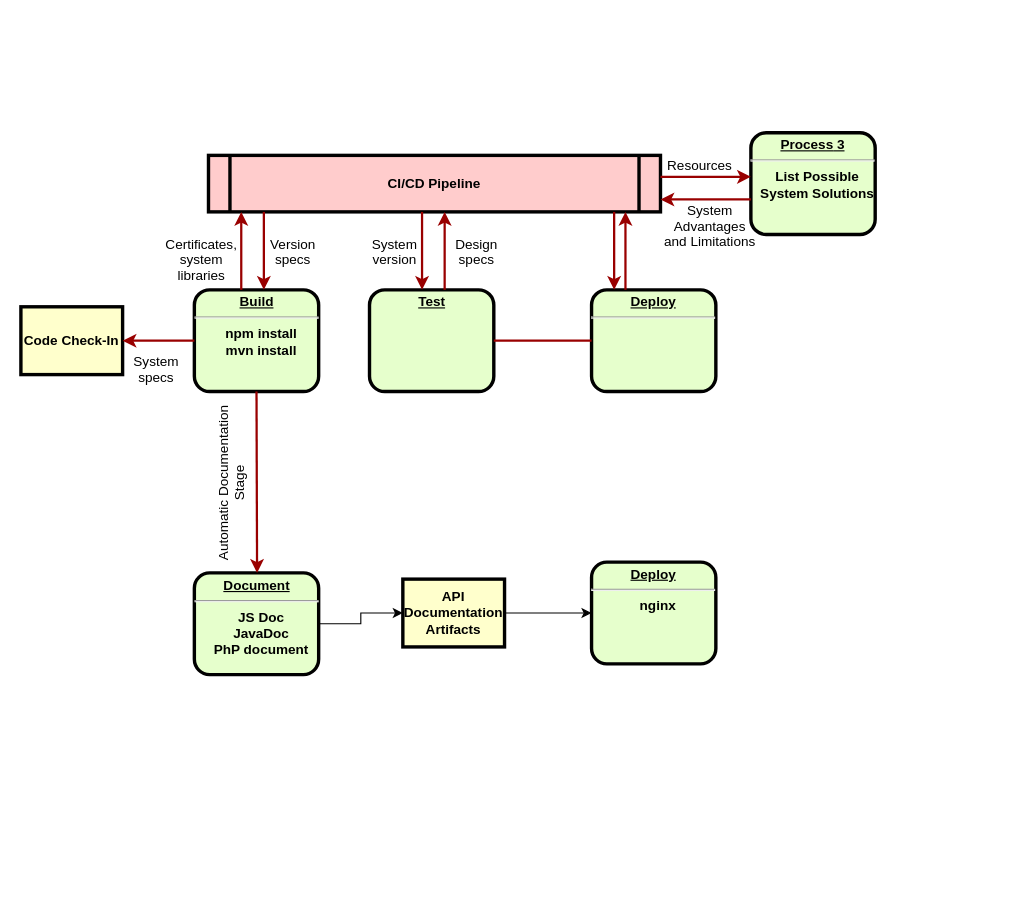
Before: documentation.drawio in tobymoreno/mtls-proxy, a draw.io diagram. Source tidied: cells renumbered, new cells numbered last; positions are measured from the earlier drawing's top-left corner, leaving out a move shared by most shapes. Both pictures are drawn from the tidied source at 113%, with x=0, y=0 at pixel (20, 132).
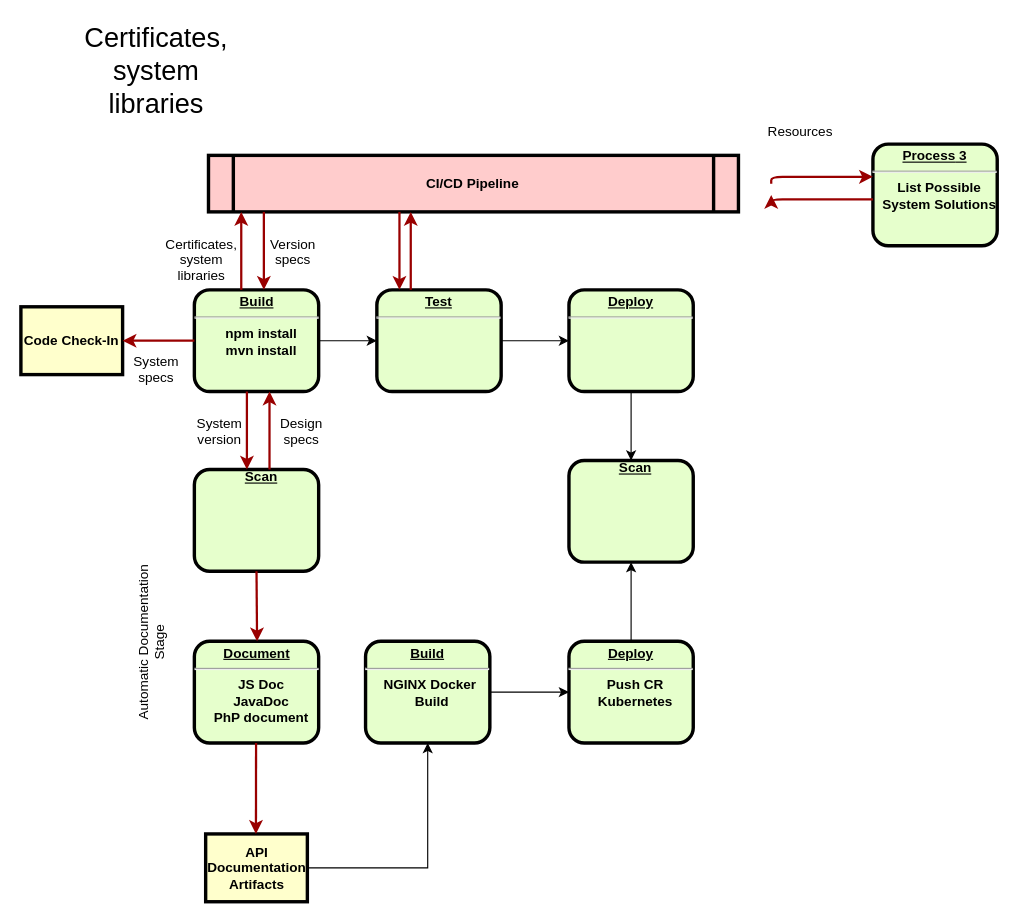
The same diagram, later.

Unchanged cells that the change refers to:
```xml
<mxCell id="5" value="&lt;p style=&quot;margin: 0px; margin-top: 4px; text-align: center; text-decoration: underline;&quot;&gt;&lt;strong&gt;Build&lt;br&gt;&lt;/strong&gt;&lt;/p&gt;&lt;hr&gt;&lt;p style=&quot;margin: 0px; margin-left: 8px;&quot;&gt;npm install&lt;/p&gt;&lt;p style=&quot;margin: 0px; margin-left: 8px;&quot;&gt;mvn install&lt;/p&gt;" style="verticalAlign=middle;align=center;overflow=fill;fontSize=12;fontFamily=Helvetica;html=1;rounded=1;fontStyle=1;strokeWidth=3;fillColor=#E6FFCC;" parent="1" vertex="1">
  <mxGeometry x="153.5" y="139" width="110" height="90" as="geometry" />
</mxCell>
```

What changed in the source:
```diff
@@
     <mxCell id="2" value="CI/CD Pipeline" style="shape=process;whiteSpace=wrap;align=center;verticalAlign=middle;size=0.0475;fontStyle=1;strokeWidth=3;fillColor=#FFCCCC;" parent="1" vertex="1">
-      <mxGeometry x="166" y="20" width="400" height="50" as="geometry" />
+      <mxGeometry x="166" y="20" width="469" height="50" as="geometry" />
     </mxCell>
     <mxCell id="3" value="&lt;p style=&quot;margin: 0px; margin-top: 4px; text-align: center; text-decoration: underline;&quot;&gt;&lt;strong&gt;&lt;strong&gt;Process&lt;/strong&gt; 3&lt;br /&gt;&lt;/strong&gt;&lt;/p&gt;&lt;hr /&gt;&lt;p style=&quot;margin: 0px; margin-left: 8px;&quot;&gt;List Possible&lt;/p&gt;&lt;p style=&quot;margin: 0px; margin-left: 8px;&quot;&gt;System Solutions&lt;/p&gt;" style="verticalAlign=middle;align=center;overflow=fill;fontSize=12;fontFamily=Helvetica;html=1;rounded=1;fontStyle=1;strokeWidth=3;fillColor=#E6FFCC;" parent="1" vertex="1">
-      <mxGeometry x="646" width="110" height="90" as="geometry" />
+      <mxGeometry x="754" y="10" width="110" height="90" as="geometry" />
     </mxCell>
+    <mxCell id="32" style="edgeStyle=orthogonalEdgeStyle;rounded=0;jettySize=auto;html=1;fontSize=24;" parent="1" edge="1" source="4" target="39">
+      <mxGeometry relative="1" as="geometry" />
+    </mxCell>
-    <mxCell id="4" value="&lt;p style=&quot;margin: 0px; margin-top: 4px; text-align: center; text-decoration: underline;&quot;&gt;&lt;strong&gt;Deploy&lt;/strong&gt;&lt;/p&gt;&lt;hr&gt;&lt;p style=&quot;margin: 0px; margin-left: 8px;&quot;&gt;&lt;br&gt;&lt;/p&gt;" style="verticalAlign=middle;align=center;overflow=fill;fontSize=12;fontFamily=Helvetica;html=1;rounded=1;fontStyle=1;strokeWidth=3;fillColor=#E6FFCC;" parent="1" vertex="1">
-      <mxGeometry x="505" y="139" width="110" height="90" as="geometry" />
+    <mxCell id="4" value="&lt;p style=&quot;margin: 0px; margin-top: 4px; text-align: center; text-decoration: underline;&quot;&gt;&lt;strong&gt;Test&lt;/strong&gt;&lt;/p&gt;&lt;hr&gt;&lt;p style=&quot;margin: 0px; margin-left: 8px;&quot;&gt;&lt;br&gt;&lt;/p&gt;" style="verticalAlign=middle;align=center;overflow=fill;fontSize=12;fontFamily=Helvetica;html=1;rounded=1;fontStyle=1;strokeWidth=3;fillColor=#E6FFCC;" parent="1" vertex="1">
+      <mxGeometry x="315" y="139" width="110" height="90" as="geometry" />
     </mxCell>
+    <mxCell id="33" style="edgeStyle=orthogonalEdgeStyle;rounded=0;jettySize=auto;html=1;fontSize=24;" parent="1" edge="1" source="5" target="4">
+      <mxGeometry relative="1" as="geometry" />
+    </mxCell>
@@
-    <mxCell id="7" value="&lt;p style=&quot;margin: 0px; margin-top: 4px; text-align: center; text-decoration: underline;&quot;&gt;&lt;strong&gt;Test&lt;br&gt;&lt;/strong&gt;&lt;/p&gt;&lt;p style=&quot;margin: 0px; margin-left: 8px;&quot;&gt;&lt;br&gt;&lt;/p&gt;" style="verticalAlign=middle;align=center;overflow=fill;fontSize=12;fontFamily=Helvetica;html=1;rounded=1;fontStyle=1;strokeWidth=3;fillColor=#E6FFCC;" parent="1" vertex="1">
-      <mxGeometry x="308.5" y="139" width="110" height="90" as="geometry" />
+    <mxCell id="7" value="&lt;p style=&quot;margin: 0px; margin-left: 8px;&quot;&gt;&lt;u&gt;Scan&lt;/u&gt;&lt;/p&gt;" style="verticalAlign=middle;align=center;overflow=fill;fontSize=12;fontFamily=Helvetica;html=1;rounded=1;fontStyle=1;strokeWidth=3;fillColor=#E6FFCC;" parent="1" vertex="1">
+      <mxGeometry x="153.5" y="298" width="110" height="90" as="geometry" />
     </mxCell>
-    <mxCell id="8" style="endArrow=none;noEdgeStyle=1;strokeColor=#990000;strokeWidth=2;" parent="1" edge="1" source="4" target="7">
-      <mxGeometry relative="1" as="geometry" />
-    </mxCell>
-    <mxCell id="9" style="edgeStyle=elbowEdgeStyle;elbow=vertical;strokeColor=#990000;strokeWidth=2;" parent="1" edge="1" source="2" target="3">
+    <mxCell id="9" style="edgeStyle=elbowEdgeStyle;elbow=vertical;strokeColor=#990000;strokeWidth=2;" parent="1" edge="1" target="3">
       <mxGeometry relative="1" as="geometry">
+        <mxPoint x="664" y="45" as="sourcePoint" />
         <Array as="points">
-          <mxPoint x="615" y="39" />
+          <mxPoint x="644" y="39" />
         </Array>
       </mxGeometry>
     </mxCell>
-    <mxCell id="10" style="edgeStyle=elbowEdgeStyle;elbow=vertical;strokeColor=#990000;strokeWidth=2;" parent="1" edge="1" source="3" target="2">
+    <mxCell id="10" style="edgeStyle=elbowEdgeStyle;elbow=vertical;strokeColor=#990000;strokeWidth=2;" parent="1" edge="1" source="3">
       <mxGeometry relative="1" as="geometry">
+        <mxPoint x="664" y="55" as="targetPoint" />
         <Array as="points">
-          <mxPoint x="615" y="59" />
+          <mxPoint x="644" y="59" />
         </Array>
       </mxGeometry>
     </mxCell>
     <mxCell id="11" value="Resources" style="text;spacingTop=-5;align=center;" parent="1" vertex="1">
-      <mxGeometry x="586" y="20" width="30" height="20" as="geometry" />
+      <mxGeometry x="675" y="-10" width="30" height="20" as="geometry" />
     </mxCell>
-    <mxCell id="12" value="System &#10;Advantages &#10;and Limitations" style="text;spacingTop=-5;align=center;" parent="1" vertex="1">
-      <mxGeometry x="595" y="60" width="30" height="20" as="geometry" />
-    </mxCell>
-    <mxCell id="13" style="edgeStyle=elbowEdgeStyle;elbow=horizontal;strokeColor=#990000;strokeWidth=2;" parent="1" edge="1" source="4" target="2">
+    <mxCell id="13" style="edgeStyle=elbowEdgeStyle;elbow=horizontal;strokeColor=#990000;strokeWidth=2;" parent="1" edge="1" source="4">
       <mxGeometry relative="1" as="geometry">
+        <mxPoint x="345" y="70" as="targetPoint" />
         <Array as="points">
-          <mxPoint x="535" y="99" />
+          <mxPoint x="345" y="99" />
         </Array>
       </mxGeometry>
     </mxCell>
-    <mxCell id="14" style="edgeStyle=elbowEdgeStyle;elbow=horizontal;strokeColor=#990000;strokeWidth=2;" parent="1" edge="1" source="2" target="4">
+    <mxCell id="14" style="edgeStyle=elbowEdgeStyle;elbow=horizontal;strokeColor=#990000;strokeWidth=2;" parent="1" edge="1" target="4">
       <mxGeometry relative="1" as="geometry">
+        <mxPoint x="335" y="70" as="sourcePoint" />
         <Array as="points">
-          <mxPoint x="525" y="109" />
+          <mxPoint x="335" y="109" />
         </Array>
       </mxGeometry>
     </mxCell>
-    <mxCell id="15" value="Automatic Documentation&#10;Stage" style="text;spacingTop=-5;align=center;rotation=-90;" parent="1" vertex="1">
-      <mxGeometry x="166" y="299" width="30" height="20" as="geometry" />
-    </mxCell>
@@
-    <mxCell id="17" style="edgeStyle=elbowEdgeStyle;elbow=horizontal;strokeColor=#990000;strokeWidth=2;" parent="1" edge="1" source="2" target="7">
+    <mxCell id="17" style="edgeStyle=elbowEdgeStyle;elbow=horizontal;strokeColor=#990000;strokeWidth=2;" parent="1" edge="1" target="7">
       <mxGeometry relative="1" as="geometry">
+        <mxPoint x="200" y="229" as="sourcePoint" />
         <Array as="points">
-          <mxPoint x="355" y="99" />
+          <mxPoint x="200" y="258" />
         </Array>
       </mxGeometry>
     </mxCell>
-    <mxCell id="18" style="edgeStyle=elbowEdgeStyle;elbow=horizontal;strokeColor=#990000;strokeWidth=2;" parent="1" edge="1" source="7" target="2">
+    <mxCell id="18" style="edgeStyle=elbowEdgeStyle;elbow=horizontal;strokeColor=#990000;strokeWidth=2;" parent="1" edge="1" source="7">
       <mxGeometry relative="1" as="geometry">
+        <mxPoint x="220" y="229" as="targetPoint" />
         <Array as="points">
-          <mxPoint x="375" y="99" />
+          <mxPoint x="220" y="258" />
         </Array>
       </mxGeometry>
     </mxCell>
@@
     <mxCell id="24" value="Design&#10;specs" style="text;spacingTop=-5;align=center;" parent="1" vertex="1">
-      <mxGeometry x="388.5" y="90" width="30" height="20" as="geometry" />
+      <mxGeometry x="233.5" y="249" width="30" height="20" as="geometry" />
     </mxCell>
     <mxCell id="25" value="System&#10;version" style="text;spacingTop=-5;align=center;" parent="1" vertex="1">
-      <mxGeometry x="316" y="90" width="30" height="20" as="geometry" />
+      <mxGeometry x="161" y="249" width="30" height="20" as="geometry" />
     </mxCell>
-    <mxCell id="26" style="edgeStyle=orthogonalEdgeStyle;rounded=0;jettySize=auto;html=1;" parent="1" edge="1" source="27" target="31">
-      <mxGeometry relative="1" as="geometry" />
-    </mxCell>
-    <mxCell id="27" value="&lt;p style=&quot;margin: 0px; margin-top: 4px; text-align: center; text-decoration: underline;&quot;&gt;&lt;strong&gt;Document&lt;br&gt;&lt;/strong&gt;&lt;/p&gt;&lt;hr&gt;&lt;p style=&quot;margin: 0px; margin-left: 8px;&quot;&gt;&lt;span style=&quot;background-color: initial;&quot;&gt;JS Doc&lt;/span&gt;&lt;/p&gt;&lt;p style=&quot;margin: 0px; margin-left: 8px;&quot;&gt;&lt;span style=&quot;background-color: initial;&quot;&gt;JavaDoc&lt;/span&gt;&lt;/p&gt;&lt;p style=&quot;margin: 0px; margin-left: 8px;&quot;&gt;&lt;span style=&quot;background-color: initial;&quot;&gt;PhP document&lt;/span&gt;&lt;/p&gt;" style="verticalAlign=middle;align=center;overflow=fill;fontSize=12;fontFamily=Helvetica;html=1;rounded=1;fontStyle=1;strokeWidth=3;fillColor=#E6FFCC;" parent="1" vertex="1">
-      <mxGeometry x="153.5" y="389.5" width="110" height="90" as="geometry" />
-    </mxCell>
-    <mxCell id="28" style="edgeStyle=elbowEdgeStyle;elbow=horizontal;strokeColor=#990000;strokeWidth=2;exitX=0.5;exitY=1;exitDx=0;exitDy=0;entryX=0.5;entryY=0;entryDx=0;entryDy=0;" parent="1" edge="1" source="5" target="27">
-      <mxGeometry relative="1" as="geometry" />
-    </mxCell>
+    <mxCell id="34" style="edgeStyle=orthogonalEdgeStyle;rounded=0;jettySize=auto;html=1;fontSize=24;" parent="1" edge="1" source="29" target="42">
+      <mxGeometry relative="1" as="geometry" />
+    </mxCell>
-    <mxCell id="29" value="&lt;p style=&quot;margin: 0px; margin-top: 4px; text-align: center; text-decoration: underline;&quot;&gt;&lt;strong&gt;Deploy&lt;/strong&gt;&lt;/p&gt;&lt;hr&gt;&lt;p style=&quot;margin: 0px; margin-left: 8px;&quot;&gt;nginx&lt;/p&gt;" style="verticalAlign=middle;align=center;overflow=fill;fontSize=12;fontFamily=Helvetica;html=1;rounded=1;fontStyle=1;strokeWidth=3;fillColor=#E6FFCC;" parent="1" vertex="1">
-      <mxGeometry x="505" y="380" width="110" height="90" as="geometry" />
+    <mxCell id="29" value="&lt;p style=&quot;margin: 0px; margin-top: 4px; text-align: center; text-decoration: underline;&quot;&gt;&lt;strong&gt;Deploy&lt;/strong&gt;&lt;/p&gt;&lt;hr&gt;&lt;p style=&quot;margin: 0px; margin-left: 8px;&quot;&gt;Push CR&lt;/p&gt;&lt;p style=&quot;margin: 0px; margin-left: 8px;&quot;&gt;Kubernetes&lt;/p&gt;" style="verticalAlign=middle;align=center;overflow=fill;fontSize=12;fontFamily=Helvetica;html=1;rounded=1;fontStyle=1;strokeWidth=3;fillColor=#E6FFCC;" parent="1" vertex="1">
+      <mxGeometry x="485" y="450" width="110" height="90" as="geometry" />
     </mxCell>
-    <mxCell id="30" style="edgeStyle=orthogonalEdgeStyle;rounded=0;jettySize=auto;html=1;" parent="1" edge="1" source="31" target="29">
+    <mxCell id="30" style="edgeStyle=orthogonalEdgeStyle;rounded=0;jettySize=auto;html=1;entryX=0.5;entryY=1;entryDx=0;entryDy=0;" parent="1" edge="1" source="31" target="41">
       <mxGeometry relative="1" as="geometry" />
     </mxCell>
     <mxCell id="31" value="API Documentation Artifacts" style="whiteSpace=wrap;align=center;verticalAlign=middle;fontStyle=1;strokeWidth=3;fillColor=#FFFFCC;" parent="1" vertex="1">
-      <mxGeometry x="338" y="395" width="90" height="60" as="geometry" />
+      <mxGeometry x="163.5" y="620.5" width="90" height="60" as="geometry" />
     </mxCell>
+    <mxCell id="35" value="Certificates,&#10;system&#10;libraries" style="text;spacingTop=-5;align=center;fontSize=24;" parent="1" vertex="1">
+      <mxGeometry x="105" y="-100" width="30" height="20" as="geometry" />
+    </mxCell>
+    <mxCell id="15" value="Automatic Documentation&#10;Stage" style="text;spacingTop=-5;align=center;rotation=-90;" parent="1" vertex="1">
+      <mxGeometry x="50" y="430" width="140" height="40" as="geometry" />
+    </mxCell>
+    <mxCell id="27" value="&lt;p style=&quot;margin: 0px; margin-top: 4px; text-align: center; text-decoration: underline;&quot;&gt;&lt;strong&gt;Document&lt;br&gt;&lt;/strong&gt;&lt;/p&gt;&lt;hr&gt;&lt;p style=&quot;margin: 0px; margin-left: 8px;&quot;&gt;&lt;span style=&quot;background-color: initial;&quot;&gt;JS Doc&lt;/span&gt;&lt;/p&gt;&lt;p style=&quot;margin: 0px; margin-left: 8px;&quot;&gt;&lt;span style=&quot;background-color: initial;&quot;&gt;JavaDoc&lt;/span&gt;&lt;/p&gt;&lt;p style=&quot;margin: 0px; margin-left: 8px;&quot;&gt;&lt;span style=&quot;background-color: initial;&quot;&gt;PhP document&lt;/span&gt;&lt;/p&gt;" style="verticalAlign=middle;align=center;overflow=fill;fontSize=12;fontFamily=Helvetica;html=1;rounded=1;fontStyle=1;strokeWidth=3;fillColor=#E6FFCC;" parent="1" vertex="1">
+      <mxGeometry x="153.5" y="450" width="110" height="90" as="geometry" />
+    </mxCell>
+    <mxCell id="36" style="edgeStyle=elbowEdgeStyle;elbow=horizontal;strokeColor=#990000;strokeWidth=2;exitX=0.5;exitY=1;exitDx=0;exitDy=0;entryX=0.5;entryY=0;entryDx=0;entryDy=0;" parent="1" edge="1" target="27">
+      <mxGeometry relative="1" as="geometry">
+        <mxPoint x="208.5" y="388" as="sourcePoint" />
+      </mxGeometry>
+    </mxCell>
+    <mxCell id="37" style="edgeStyle=elbowEdgeStyle;elbow=horizontal;strokeColor=#990000;strokeWidth=2;exitX=0.5;exitY=1;exitDx=0;exitDy=0;" parent="1" edge="1">
+      <mxGeometry relative="1" as="geometry">
+        <mxPoint x="208.1" y="540" as="sourcePoint" />
+        <mxPoint x="208" y="620.5" as="targetPoint" />
+      </mxGeometry>
+    </mxCell>
+    <mxCell id="38" style="edgeStyle=orthogonalEdgeStyle;rounded=0;jettySize=auto;html=1;fontSize=24;" parent="1" edge="1" source="39" target="42">
+      <mxGeometry relative="1" as="geometry" />
+    </mxCell>
+    <mxCell id="39" value="&lt;p style=&quot;margin: 0px; margin-top: 4px; text-align: center; text-decoration: underline;&quot;&gt;&lt;strong&gt;Deploy&lt;/strong&gt;&lt;/p&gt;&lt;hr&gt;&lt;p style=&quot;margin: 0px; margin-left: 8px;&quot;&gt;&lt;br&gt;&lt;/p&gt;" style="verticalAlign=middle;align=center;overflow=fill;fontSize=12;fontFamily=Helvetica;html=1;rounded=1;fontStyle=1;strokeWidth=3;fillColor=#E6FFCC;" parent="1" vertex="1">
+      <mxGeometry x="485" y="139" width="110" height="90" as="geometry" />
+    </mxCell>
+    <mxCell id="40" style="edgeStyle=orthogonalEdgeStyle;rounded=0;jettySize=auto;html=1;fontSize=24;" parent="1" edge="1" source="41" target="29">
+      <mxGeometry relative="1" as="geometry" />
+    </mxCell>
+    <mxCell id="41" value="&lt;p style=&quot;margin: 0px; margin-top: 4px; text-align: center; text-decoration: underline;&quot;&gt;&lt;strong&gt;Build&lt;br&gt;&lt;/strong&gt;&lt;/p&gt;&lt;hr&gt;&lt;p style=&quot;margin: 0px; margin-left: 8px;&quot;&gt;NGINX Docker&amp;nbsp;&lt;/p&gt;&lt;p style=&quot;margin: 0px; margin-left: 8px;&quot;&gt;Build&lt;/p&gt;" style="verticalAlign=middle;align=center;overflow=fill;fontSize=12;fontFamily=Helvetica;html=1;rounded=1;fontStyle=1;strokeWidth=3;fillColor=#E6FFCC;" parent="1" vertex="1">
+      <mxGeometry x="305" y="450" width="110" height="90" as="geometry" />
+    </mxCell>
+    <mxCell id="42" value="&lt;p style=&quot;margin: 0px; margin-left: 8px;&quot;&gt;&lt;u&gt;Scan&lt;/u&gt;&lt;/p&gt;" style="verticalAlign=middle;align=center;overflow=fill;fontSize=12;fontFamily=Helvetica;html=1;rounded=1;fontStyle=1;strokeWidth=3;fillColor=#E6FFCC;" parent="1" vertex="1">
+      <mxGeometry x="485" y="290" width="110" height="90" as="geometry" />
+    </mxCell>
```
